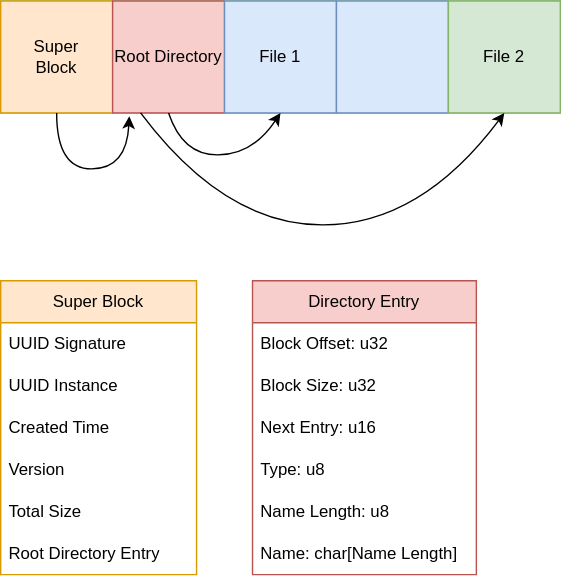
Earlier version of the draw.io export docs/diagram/initrd.drawio.svg (ColeTrammer/iros). Source tidied: cells renumbered, new cells last; positions are measured from the earlier drawing's top-left corner, leaving out a move shared by most shapes.
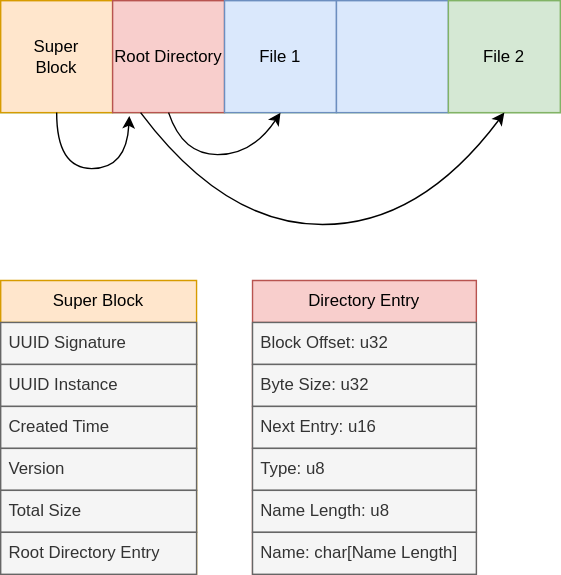
The same file after the commit.

Commit message:
initrd: implement program which creates iris initrd

The edit, as a diff of the source:
```diff
@@ -5,19 +5,19 @@
     <mxCell id="2" style="group;fillColor=#d5e8d4;strokeColor=#82b366;" parent="1" vertex="1">
       <mxGeometry width="400" height="80" as="geometry" />
     </mxCell>
-    <mxCell id="3" value="Super&lt;br&gt;Block" style="whiteSpace=wrap;html=1;fillColor=#ffe6cc;strokeColor=#d79b00;" parent="2" vertex="1">
+    <mxCell id="3" value="Super&lt;br&gt;Block" style="whiteSpace=wrap;html=1;fillColor=#ffe6cc;strokeColor=#d79b00;fontColor=#000000;" parent="2" vertex="1">
       <mxGeometry width="80" height="80" as="geometry" />
     </mxCell>
-    <mxCell id="4" value="Root Directory" style="whiteSpace=wrap;html=1;fillColor=#f8cecc;strokeColor=#b85450;" parent="2" vertex="1">
+    <mxCell id="4" value="Root Directory" style="whiteSpace=wrap;html=1;fillColor=#f8cecc;strokeColor=#b85450;fontColor=#000000;" parent="2" vertex="1">
       <mxGeometry x="80" width="80" height="80" as="geometry" />
     </mxCell>
-    <mxCell id="5" value="File 1" style="whiteSpace=wrap;html=1;fillColor=#dae8fc;strokeColor=#6c8ebf;" parent="2" vertex="1">
+    <mxCell id="5" value="File 1" style="whiteSpace=wrap;html=1;fillColor=#dae8fc;strokeColor=#6c8ebf;fontColor=#000000;" parent="2" vertex="1">
       <mxGeometry x="160" width="80" height="80" as="geometry" />
     </mxCell>
-    <mxCell id="6" style="whiteSpace=wrap;html=1;fillColor=#dae8fc;strokeColor=#6c8ebf;" parent="2" vertex="1">
+    <mxCell id="6" style="whiteSpace=wrap;html=1;fillColor=#dae8fc;strokeColor=#6c8ebf;fontColor=#000000;" parent="2" vertex="1">
       <mxGeometry x="240" width="80" height="80" as="geometry" />
     </mxCell>
-    <mxCell id="7" value="File 2" style="whiteSpace=wrap;html=1;fillColor=#d5e8d4;strokeColor=#82b366;" parent="2" vertex="1">
+    <mxCell id="7" value="File 2" style="whiteSpace=wrap;html=1;fillColor=#d5e8d4;strokeColor=#82b366;fontColor=#000000;" parent="2" vertex="1">
       <mxGeometry x="320" width="80" height="80" as="geometry" />
     </mxCell>
     <mxCell id="8" style="curved=1;endArrow=classic;html=1;rounded=0;exitX=0.5;exitY=1;exitDx=0;exitDy=0;entryX=0.5;entryY=1;entryDx=0;entryDy=0;" parent="2" edge="1" source="4" target="5">
@@ -44,46 +44,46 @@
         </Array>
       </mxGeometry>
     </mxCell>
-    <mxCell id="11" value="Super Block" style="swimlane;fontStyle=0;horizontal=1;startSize=30;whiteSpace=wrap;html=1;fillColor=#ffe6cc;strokeColor=#d79b00;" parent="1" vertex="1">
+    <mxCell id="11" value="&lt;font color=&quot;#000000&quot;&gt;Super Block&lt;/font&gt;" style="swimlane;fontStyle=0;horizontal=1;startSize=30;whiteSpace=wrap;html=1;fillColor=#ffe6cc;strokeColor=#d79b00;" parent="1" vertex="1">
       <mxGeometry y="200" width="140" height="210" as="geometry" />
     </mxCell>
-    <mxCell id="12" value="UUID Signature" style="text;strokeColor=none;fillColor=none;align=left;verticalAlign=middle;spacingLeft=4;spacingRight=4;overflow=hidden;whiteSpace=wrap;html=1;" parent="11" vertex="1">
+    <mxCell id="12" value="UUID Signature" style="text;strokeColor=#666666;fillColor=#f5f5f5;align=left;verticalAlign=middle;spacingLeft=4;spacingRight=4;overflow=hidden;whiteSpace=wrap;html=1;fontColor=#333333;" parent="11" vertex="1">
       <mxGeometry y="30" width="140" height="30" as="geometry" />
     </mxCell>
-    <mxCell id="13" value="UUID Instance" style="text;strokeColor=none;fillColor=none;align=left;verticalAlign=middle;spacingLeft=4;spacingRight=4;overflow=hidden;whiteSpace=wrap;html=1;" parent="11" vertex="1">
+    <mxCell id="13" value="UUID Instance" style="text;strokeColor=#666666;fillColor=#f5f5f5;align=left;verticalAlign=middle;spacingLeft=4;spacingRight=4;overflow=hidden;whiteSpace=wrap;html=1;fontColor=#333333;" parent="11" vertex="1">
       <mxGeometry y="60" width="140" height="30" as="geometry" />
     </mxCell>
-    <mxCell id="14" value="Created Time" style="text;strokeColor=none;fillColor=none;align=left;verticalAlign=middle;spacingLeft=4;spacingRight=4;overflow=hidden;whiteSpace=wrap;html=1;" parent="11" vertex="1">
+    <mxCell id="14" value="Created Time" style="text;strokeColor=#666666;fillColor=#f5f5f5;align=left;verticalAlign=middle;spacingLeft=4;spacingRight=4;overflow=hidden;whiteSpace=wrap;html=1;fontColor=#333333;" parent="11" vertex="1">
       <mxGeometry y="90" width="140" height="30" as="geometry" />
     </mxCell>
-    <mxCell id="15" value="Version" style="text;strokeColor=none;fillColor=none;align=left;verticalAlign=middle;spacingLeft=4;spacingRight=4;overflow=hidden;whiteSpace=wrap;html=1;" parent="11" vertex="1">
+    <mxCell id="15" value="Version" style="text;strokeColor=#666666;fillColor=#f5f5f5;align=left;verticalAlign=middle;spacingLeft=4;spacingRight=4;overflow=hidden;whiteSpace=wrap;html=1;fontColor=#333333;" parent="11" vertex="1">
       <mxGeometry y="120" width="140" height="30" as="geometry" />
     </mxCell>
-    <mxCell id="16" value="Total Size" style="text;strokeColor=none;fillColor=none;align=left;verticalAlign=middle;spacingLeft=4;spacingRight=4;overflow=hidden;whiteSpace=wrap;html=1;" parent="11" vertex="1">
+    <mxCell id="16" value="Total Size" style="text;strokeColor=#666666;fillColor=#f5f5f5;align=left;verticalAlign=middle;spacingLeft=4;spacingRight=4;overflow=hidden;whiteSpace=wrap;html=1;fontColor=#333333;" parent="11" vertex="1">
       <mxGeometry y="150" width="140" height="30" as="geometry" />
     </mxCell>
-    <mxCell id="17" value="Root Directory Entry" style="text;strokeColor=none;fillColor=none;align=left;verticalAlign=middle;spacingLeft=4;spacingRight=4;overflow=hidden;whiteSpace=wrap;html=1;" parent="11" vertex="1">
+    <mxCell id="17" value="Root Directory Entry" style="text;strokeColor=#666666;fillColor=#f5f5f5;align=left;verticalAlign=middle;spacingLeft=4;spacingRight=4;overflow=hidden;whiteSpace=wrap;html=1;fontColor=#333333;" parent="11" vertex="1">
       <mxGeometry y="180" width="140" height="30" as="geometry" />
     </mxCell>
-    <mxCell id="18" value="Directory Entry" style="swimlane;fontStyle=0;horizontal=1;startSize=30;whiteSpace=wrap;html=1;fillColor=#f8cecc;strokeColor=#b85450;" parent="1" vertex="1">
+    <mxCell id="18" value="&lt;font color=&quot;#000000&quot;&gt;Directory Entry&lt;/font&gt;" style="swimlane;fontStyle=0;horizontal=1;startSize=30;whiteSpace=wrap;html=1;fillColor=#f8cecc;strokeColor=#b85450;" parent="1" vertex="1">
       <mxGeometry x="180" y="200" width="160" height="210" as="geometry" />
     </mxCell>
-    <mxCell id="19" value="Block Offset: u32" style="text;strokeColor=none;fillColor=none;align=left;verticalAlign=middle;spacingLeft=4;spacingRight=4;overflow=hidden;whiteSpace=wrap;html=1;" parent="18" vertex="1">
+    <mxCell id="19" value="Block Offset: u32" style="text;strokeColor=#666666;fillColor=#f5f5f5;align=left;verticalAlign=middle;spacingLeft=4;spacingRight=4;overflow=hidden;whiteSpace=wrap;html=1;fontColor=#333333;" parent="18" vertex="1">
       <mxGeometry y="30" width="160" height="30" as="geometry" />
     </mxCell>
-    <mxCell id="20" value="Block Size: u32" style="text;strokeColor=none;fillColor=none;align=left;verticalAlign=middle;spacingLeft=4;spacingRight=4;overflow=hidden;whiteSpace=wrap;html=1;" parent="18" vertex="1">
+    <mxCell id="20" value="Byte Size: u32" style="text;strokeColor=#666666;fillColor=#f5f5f5;align=left;verticalAlign=middle;spacingLeft=4;spacingRight=4;overflow=hidden;whiteSpace=wrap;html=1;fontColor=#333333;" parent="18" vertex="1">
       <mxGeometry y="60" width="160" height="30" as="geometry" />
     </mxCell>
-    <mxCell id="21" value="Next Entry: u16" style="text;strokeColor=none;fillColor=none;align=left;verticalAlign=middle;spacingLeft=4;spacingRight=4;overflow=hidden;whiteSpace=wrap;html=1;" parent="18" vertex="1">
+    <mxCell id="21" value="Next Entry: u16" style="text;strokeColor=#666666;fillColor=#f5f5f5;align=left;verticalAlign=middle;spacingLeft=4;spacingRight=4;overflow=hidden;whiteSpace=wrap;html=1;fontColor=#333333;" parent="18" vertex="1">
       <mxGeometry y="90" width="160" height="30" as="geometry" />
     </mxCell>
-    <mxCell id="22" value="Type: u8" style="text;strokeColor=none;fillColor=none;align=left;verticalAlign=middle;spacingLeft=4;spacingRight=4;overflow=hidden;whiteSpace=wrap;html=1;" parent="18" vertex="1">
+    <mxCell id="22" value="Type: u8" style="text;strokeColor=#666666;fillColor=#f5f5f5;align=left;verticalAlign=middle;spacingLeft=4;spacingRight=4;overflow=hidden;whiteSpace=wrap;html=1;fontColor=#333333;" parent="18" vertex="1">
       <mxGeometry y="120" width="160" height="30" as="geometry" />
     </mxCell>
-    <mxCell id="23" value="Name Length: u8" style="text;strokeColor=none;fillColor=none;align=left;verticalAlign=middle;spacingLeft=4;spacingRight=4;overflow=hidden;whiteSpace=wrap;html=1;" parent="18" vertex="1">
+    <mxCell id="23" value="Name Length: u8" style="text;strokeColor=#666666;fillColor=#f5f5f5;align=left;verticalAlign=middle;spacingLeft=4;spacingRight=4;overflow=hidden;whiteSpace=wrap;html=1;fontColor=#333333;" parent="18" vertex="1">
       <mxGeometry y="150" width="160" height="30" as="geometry" />
     </mxCell>
-    <mxCell id="24" value="Name: char[Name Length]" style="text;strokeColor=none;fillColor=none;align=left;verticalAlign=middle;spacingLeft=4;spacingRight=4;overflow=hidden;whiteSpace=wrap;html=1;" parent="18" vertex="1">
+    <mxCell id="24" value="Name: char[Name Length]" style="text;strokeColor=#666666;fillColor=#f5f5f5;align=left;verticalAlign=middle;spacingLeft=4;spacingRight=4;overflow=hidden;whiteSpace=wrap;html=1;fontColor=#333333;" parent="18" vertex="1">
       <mxGeometry y="180" width="160" height="30" as="geometry" />
     </mxCell>
   </root>
```
